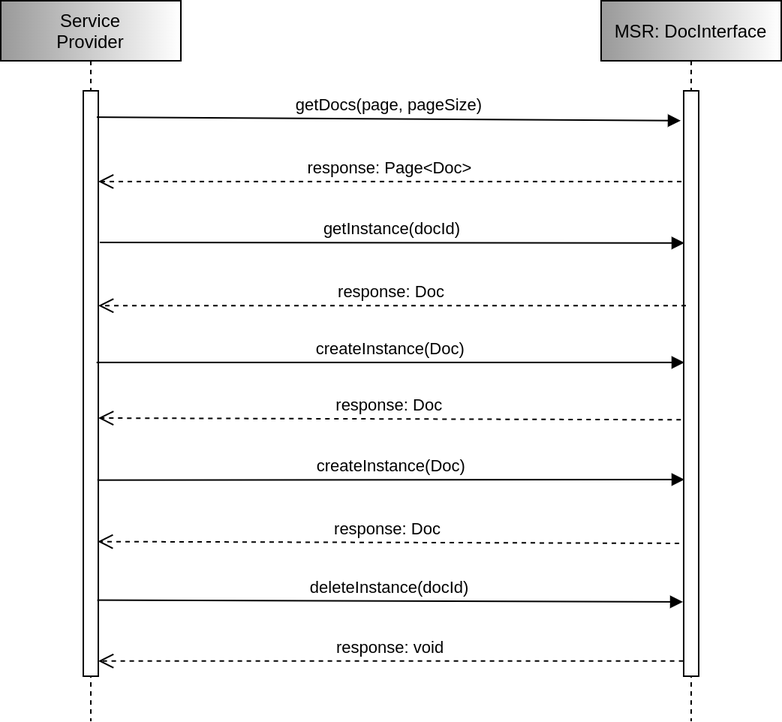
maritimeconnectivity/g1128-msr-service-specification keeps this draw.io diagram as materials/docintseqdiagram.drawio.png. Above is the earlier version. Source tidied: cells renumbered, new cells last; positions are measured from the earlier drawing's top-left corner, leaving out a move shared by most shapes.
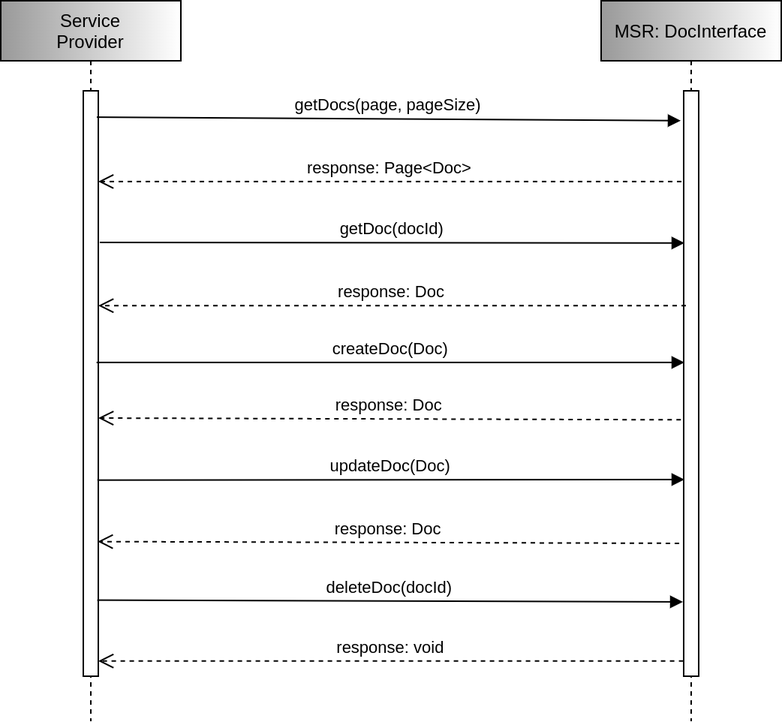
Above is the later version.

The edit, as a diff of the source:
```diff
@@ -23,13 +23,13 @@
     <mxCell id="8" value="response: Doc" style="verticalAlign=bottom;endArrow=open;dashed=1;endSize=8;shadow=0;strokeWidth=1;exitX=0.15;exitY=0.367;exitDx=0;exitDy=0;exitPerimeter=0;" parent="1" edge="1" source="5" target="3">
       <mxGeometry relative="1" as="geometry" />
     </mxCell>
-    <mxCell id="9" value="getInstance(docId)" style="verticalAlign=bottom;endArrow=block;entryX=0.05;entryY=0.26;shadow=0;strokeWidth=1;exitX=1.1;exitY=0.259;exitDx=0;exitDy=0;exitPerimeter=0;entryDx=0;entryDy=0;entryPerimeter=0;" parent="1" edge="1" source="3" target="5">
+    <mxCell id="9" value="getDoc(docId)" style="verticalAlign=bottom;endArrow=block;entryX=0.05;entryY=0.26;shadow=0;strokeWidth=1;exitX=1.1;exitY=0.259;exitDx=0;exitDy=0;exitPerimeter=0;entryDx=0;entryDy=0;entryPerimeter=0;" parent="1" edge="1" source="3" target="5">
       <mxGeometry relative="1" as="geometry" />
     </mxCell>
     <mxCell id="10" value="response: Doc" style="verticalAlign=bottom;endArrow=open;dashed=1;endSize=8;shadow=0;strokeWidth=1;exitX=-0.186;exitY=0.562;exitDx=0;exitDy=0;exitPerimeter=0;entryX=1;entryY=0.559;entryDx=0;entryDy=0;entryPerimeter=0;" parent="1" edge="1" source="5" target="3">
       <mxGeometry relative="1" as="geometry" />
     </mxCell>
-    <mxCell id="11" value="createInstance(Doc)" style="verticalAlign=bottom;endArrow=block;shadow=0;strokeWidth=1;exitX=0.886;exitY=0.464;exitDx=0;exitDy=0;exitPerimeter=0;entryX=0.05;entryY=0.464;entryDx=0;entryDy=0;entryPerimeter=0;" parent="1" edge="1" source="3" target="5">
+    <mxCell id="11" value="createDoc(Doc)" style="verticalAlign=bottom;endArrow=block;shadow=0;strokeWidth=1;exitX=0.886;exitY=0.464;exitDx=0;exitDy=0;exitPerimeter=0;entryX=0.05;entryY=0.464;entryDx=0;entryDy=0;entryPerimeter=0;" parent="1" edge="1" source="3" target="5">
       <mxGeometry relative="1" as="geometry" />
     </mxCell>
     <mxCell id="12" value="response: Doc" style="verticalAlign=bottom;endArrow=open;dashed=1;endSize=8;shadow=0;strokeWidth=1;entryX=0.96;entryY=0.77;entryDx=0;entryDy=0;entryPerimeter=0;exitX=-0.3;exitY=0.773;exitDx=0;exitDy=0;exitPerimeter=0;" parent="1" edge="1" source="5" target="3">
@@ -38,10 +38,10 @@
     <mxCell id="13" value="response: void" style="verticalAlign=bottom;endArrow=open;dashed=1;endSize=8;shadow=0;strokeWidth=1;exitX=-0.02;exitY=0.974;exitDx=0;exitDy=0;exitPerimeter=0;" parent="1" edge="1" source="5" target="3">
       <mxGeometry relative="1" as="geometry" />
     </mxCell>
-    <mxCell id="14" value="deleteInstance(docId)" style="verticalAlign=bottom;endArrow=block;shadow=0;strokeWidth=1;exitX=0.933;exitY=0.87;exitDx=0;exitDy=0;exitPerimeter=0;entryX=-0.05;entryY=0.873;entryDx=0;entryDy=0;entryPerimeter=0;" parent="1" edge="1" source="3" target="5">
+    <mxCell id="14" value="deleteDoc(docId)" style="verticalAlign=bottom;endArrow=block;shadow=0;strokeWidth=1;exitX=0.933;exitY=0.87;exitDx=0;exitDy=0;exitPerimeter=0;entryX=-0.05;entryY=0.873;entryDx=0;entryDy=0;entryPerimeter=0;" parent="1" edge="1" source="3" target="5">
       <mxGeometry relative="1" as="geometry" />
     </mxCell>
-    <mxCell id="15" value="createInstance(Doc)" style="verticalAlign=bottom;endArrow=block;shadow=0;strokeWidth=1;entryX=0.05;entryY=0.664;entryDx=0;entryDy=0;entryPerimeter=0;exitX=0.94;exitY=0.665;exitDx=0;exitDy=0;exitPerimeter=0;" parent="1" edge="1" source="3" target="5">
+    <mxCell id="15" value="updateDoc(Doc)" style="verticalAlign=bottom;endArrow=block;shadow=0;strokeWidth=1;entryX=0.05;entryY=0.664;entryDx=0;entryDy=0;entryPerimeter=0;exitX=0.94;exitY=0.665;exitDx=0;exitDy=0;exitPerimeter=0;" parent="1" edge="1" source="3" target="5">
       <mxGeometry relative="1" as="geometry" />
     </mxCell>
   </root>
```
